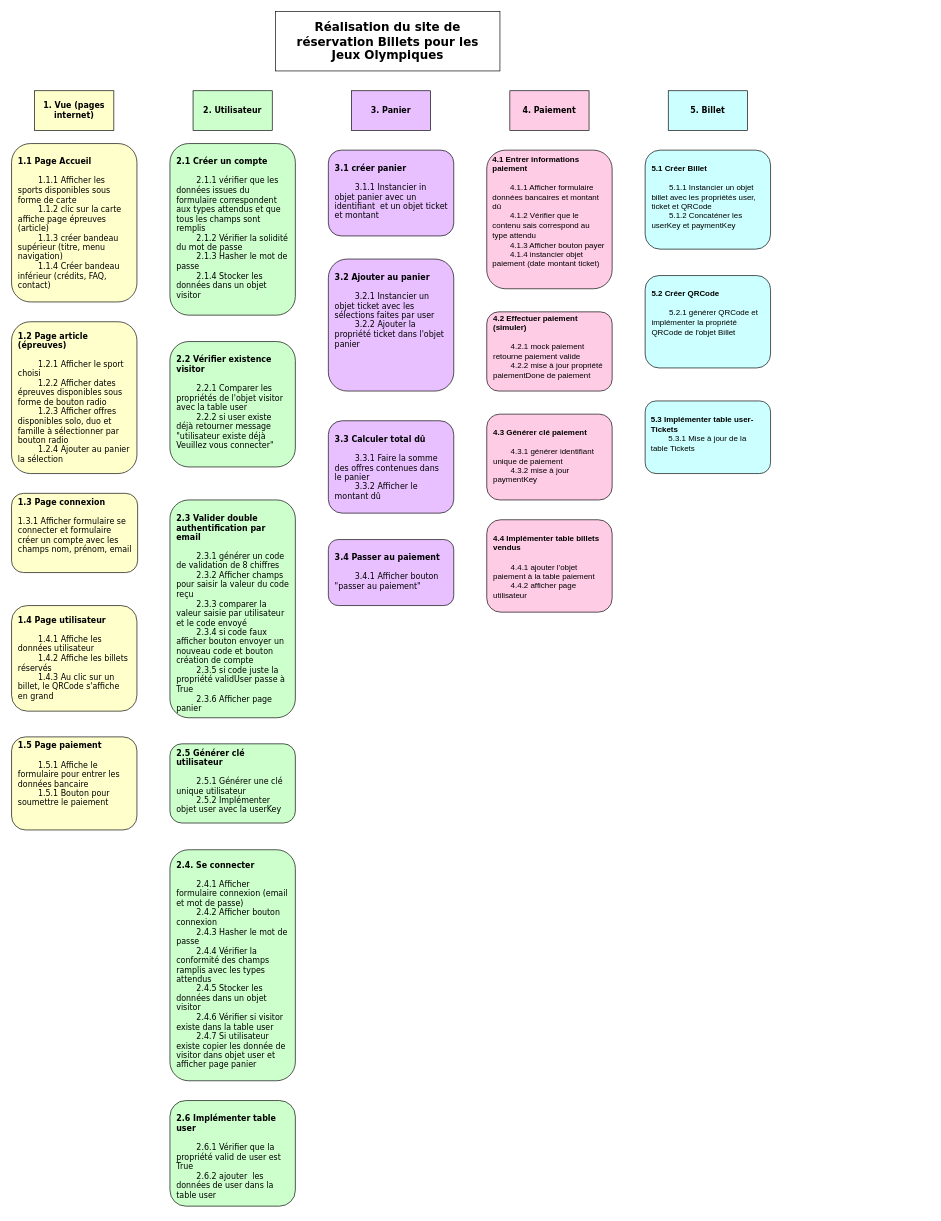
Before: WBSJeux Olympiques .drawio in mariannemnrt/ProjetReservationBilletJO, a draw.io diagram. Source tidied: cells renumbered, new cells numbered last; positions are measured from the earlier drawing's top-left corner, leaving out a move shared by most shapes. Both pictures are drawn from the tidied source at 66%, with x=0, y=0 at pixel (11, 11).
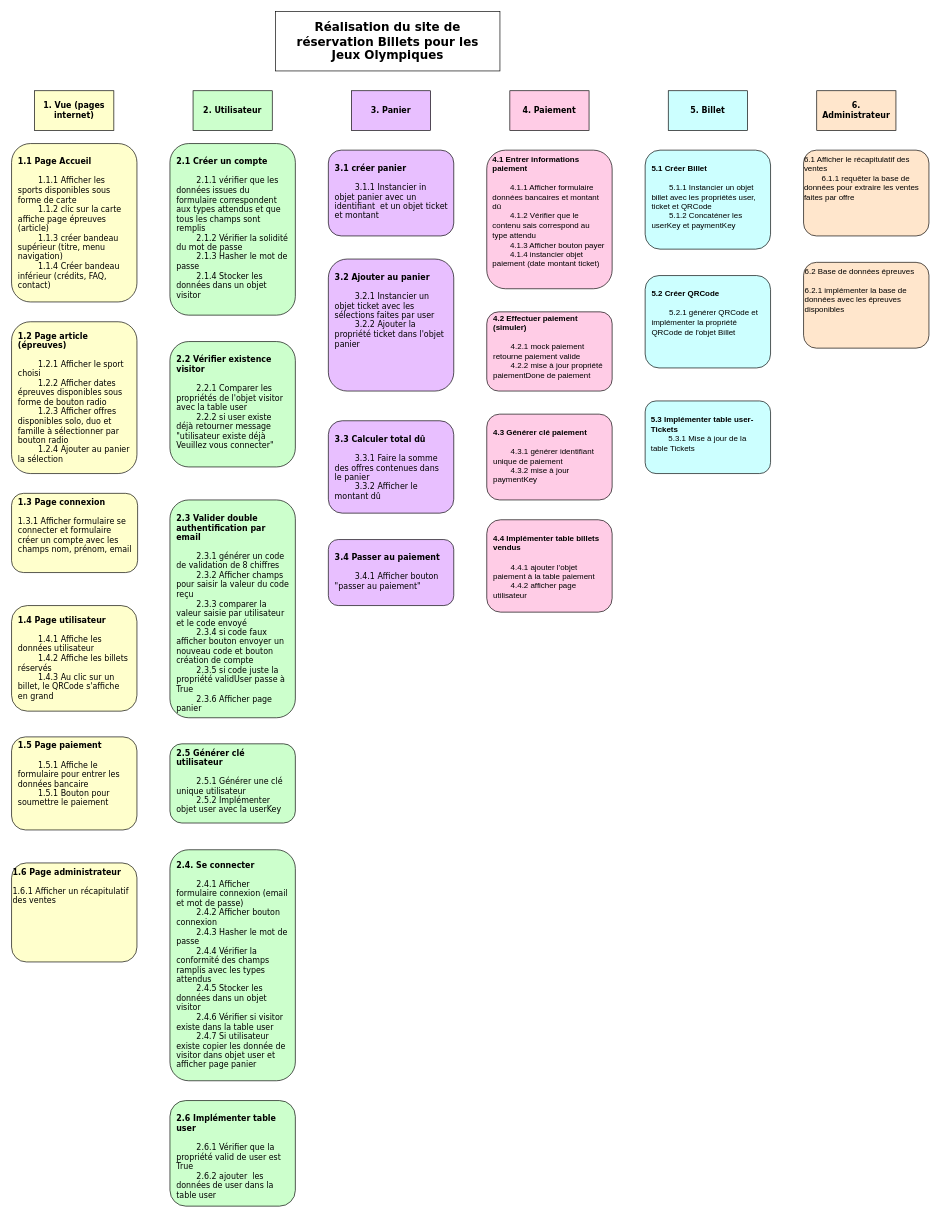
The same page after the edit.

Commit message:
Mettre à jour WBSJeux Olympiques .drawio

What changed in the source:
```diff
@@
+    <mxCell id="30" value="&lt;div&gt;&lt;b&gt;1.6 Page administrateur &lt;/b&gt;&lt;br&gt;&lt;/div&gt;&lt;div&gt;&lt;br&gt;&lt;/div&gt;&lt;div&gt;1.6.1 Afficher un récapitulatif des ventes &lt;br&gt;&lt;/div&gt;" style="rounded=1;whiteSpace=wrap;html=1;fillColor=#FFFFCC;verticalAlign=top;fontFamily=Verdana;align=left;" parent="1" vertex="1">
+      <mxGeometry y="1290" width="190" height="150" as="geometry" />
+    </mxCell>
+    <mxCell id="31" value="&lt;font face=&quot;Verdana&quot;&gt;&lt;b&gt;6. Administrateur &lt;/b&gt;&lt;/font&gt;" style="rounded=0;whiteSpace=wrap;html=1;fillColor=#FFE6CC;" parent="1" vertex="1">
+      <mxGeometry x="1220" y="120" width="120" height="60" as="geometry" />
+    </mxCell>
+    <mxCell id="32" value="&lt;div align=&quot;left&quot;&gt;6.1 Afficher le récapitulatif des ventes &lt;br&gt;&lt;/div&gt;&lt;div align=&quot;left&quot;&gt;&lt;span style=&quot;white-space: pre;&quot;&gt;&#9;&lt;/span&gt;6.1.1 requêter la base de données pour extraire les ventes faites par offre &lt;br&gt;&lt;/div&gt;" style="rounded=1;whiteSpace=wrap;html=1;fillColor=#FFE6CC;verticalAlign=top;" parent="1" vertex="1">
+      <mxGeometry x="1200" y="210" width="190" height="130" as="geometry" />
+    </mxCell>
+    <mxCell id="33" value="&lt;div&gt;6.2 Base de données épreuves &lt;br&gt;&lt;/div&gt;&lt;div&gt;&lt;br&gt;&lt;/div&gt;&lt;div&gt;6.2.1 implémenter la base de données avec les épreuves disponibles &lt;br&gt;&lt;/div&gt;" style="rounded=1;whiteSpace=wrap;html=1;verticalAlign=top;align=left;fillColor=#FFE6CC;" parent="1" vertex="1">
+      <mxGeometry x="1200" y="380" width="190" height="130" as="geometry" />
+    </mxCell>
```
